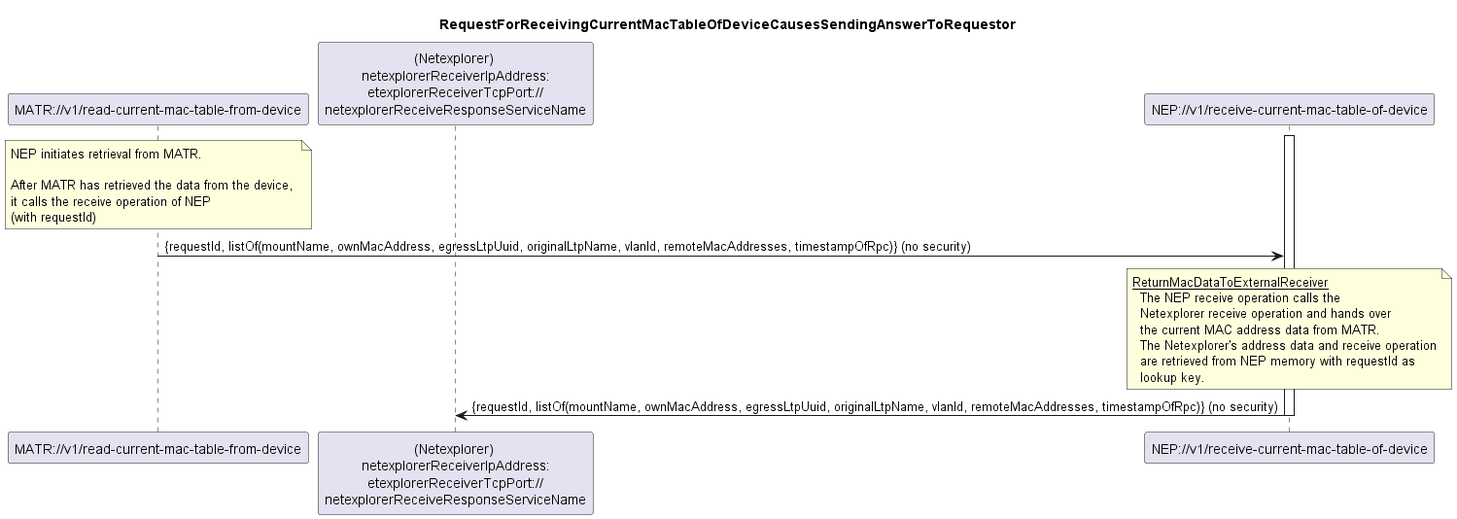
openBackhaul/NetExplorerProxy keeps this PlantUML diagram as spec/diagrams/003_ReceiveCurrentMacTableOfDevice.png. Above is the earlier version.
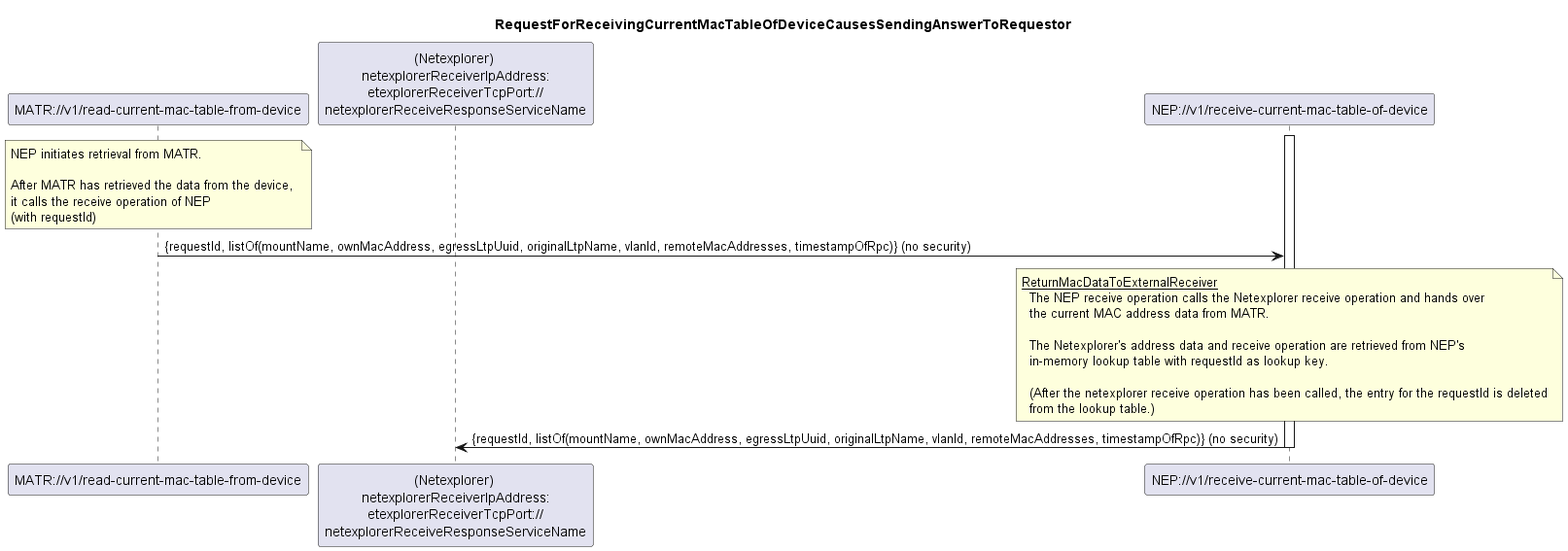
Above is the later version.

Diff of the diagram source:
```diff
@@ -23,12 +23,14 @@
 
 note over nep
   <u>ReturnMacDataToExternalReceiver</u>
-    The NEP receive operation calls the
-    Netexplorer receive operation and hands over
+    The NEP receive operation calls the Netexplorer receive operation and hands over
     the current MAC address data from MATR.
-    The Netexplorer's address data and receive operation
-    are retrieved from NEP memory with requestId as
-    lookup key.
+
+    The Netexplorer's address data and receive operation are retrieved from NEP's
+    in-memory lookup table with requestId as lookup key.
+
+    (After the netexplorer receive operation has been called, the entry for the requestId is deleted
+    from the lookup table.)
 end note
 nep -> receiver: {requestId, listOf(mountName, ownMacAddress, egressLtpUuid, originalLtpName, vlanId, remoteMacAddresses, timestampOfRpc)} (no security)
 
```
